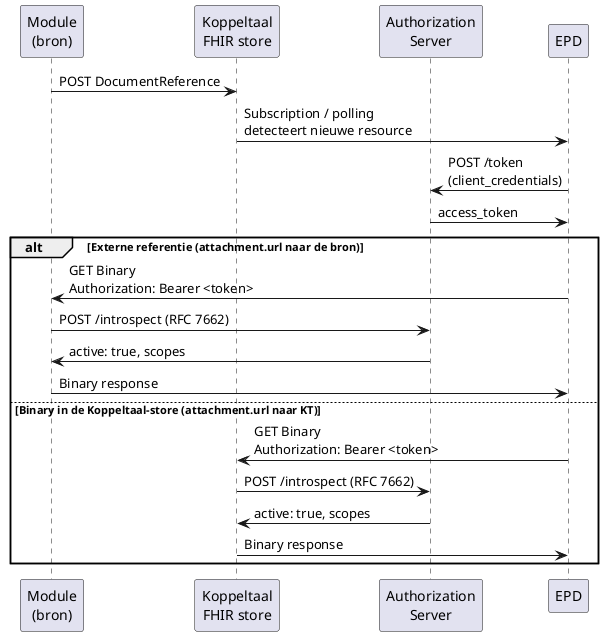
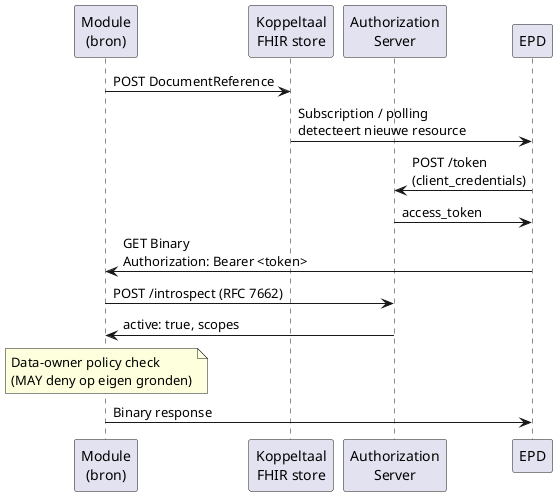
@startuml documenten-delen-direct-ophalen

participant "Module\n(bron)" as Module
participant "Koppeltaal\nFHIR store" as KT
participant "Authorization\nServer" as AS
participant "EPD" as EPD

Module -> KT : POST DocumentReference
KT -> EPD : Subscription / polling\ndetecteert nieuwe resource

EPD -> AS : POST /token\n(client_credentials)
AS -> EPD : access_token

- alt Externe referentie (attachment.url naar de bron)
-   EPD -> Module : GET Binary\nAuthorization: Bearer <token>
-   Module -> AS : POST /introspect (RFC 7662)
-   AS -> Module : active: true, scopes
-   Module -> EPD : Binary response
- else Binary in de Koppeltaal-store (attachment.url naar KT)
-   EPD -> KT : GET Binary\nAuthorization: Bearer <token>
-   KT -> AS : POST /introspect (RFC 7662)
-   AS -> KT : active: true, scopes
-   KT -> EPD : Binary response
- end
+ EPD -> Module : GET Binary\nAuthorization: Bearer <token>
+ Module -> AS : POST /introspect (RFC 7662)
+ AS -> Module : active: true, scopes
+ note over Module : Data-owner policy check\n(MAY deny op eigen gronden)
+ Module -> EPD : Binary response

@enduml
